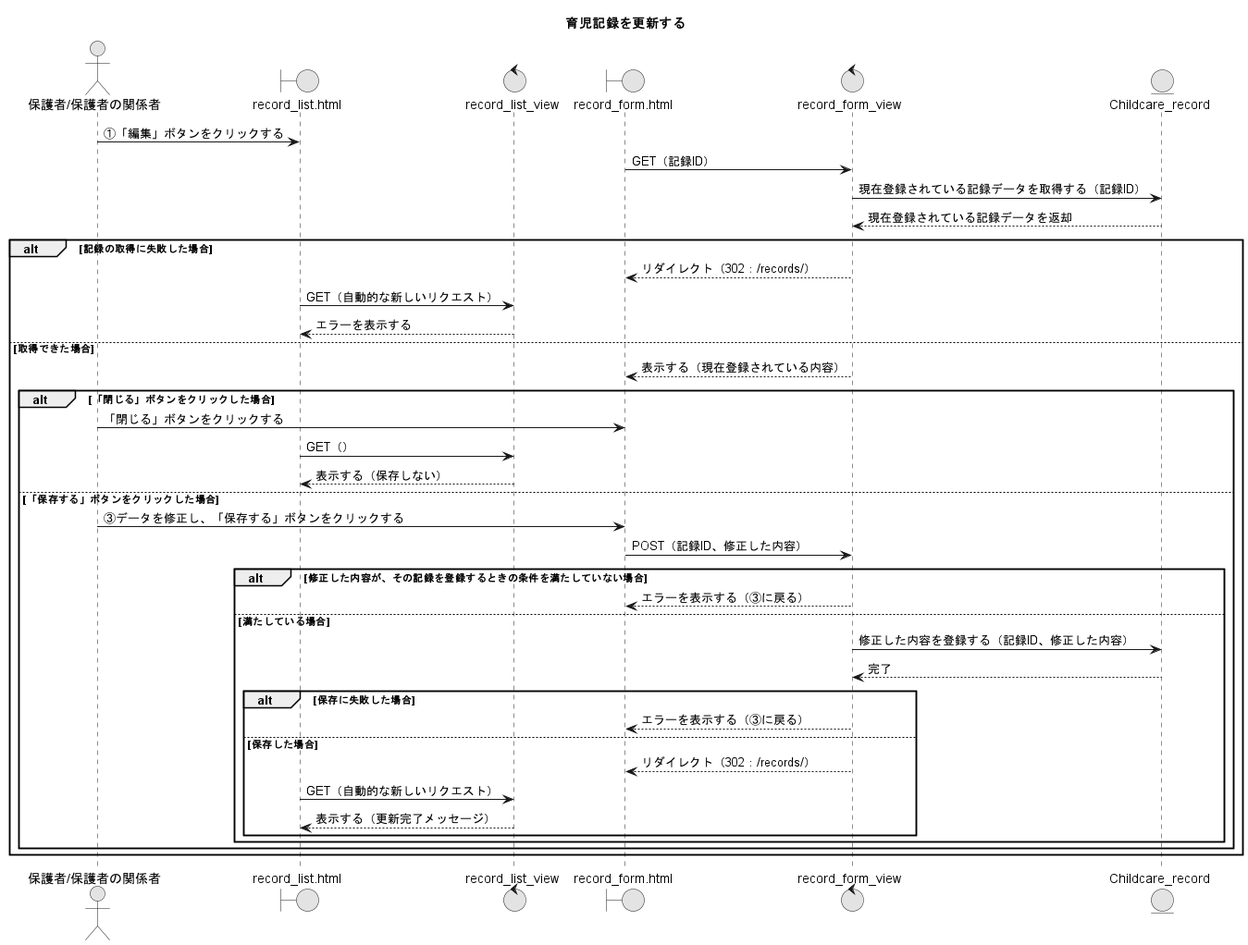
Earlier version of the PlantUML export PNG/15_育児記録を更新する.png (Ma2naga190330/26_sotugyou_puml). Its diagram source:
```plantuml
@startuml
title 育児記録を更新する
skinparam defaultFontName "Noto Sans CJK JP"
skinparam monochrome true

actor "保護者/保護者の関係者" as A
boundary "record_list.html" as RLP
control "record_list_view" as RLV
boundary "record_form.html" as RFP
control "record_form_view" as RFV
entity "Childcare_record" as CRM

A -> RLP : ①「編集」ボタンをクリックする
RFP -> RFV : GET（記録ID）
RFV -> CRM : 現在登録されている記録データを取得する（記録ID）
RFV <-- CRM : 現在登録されている記録データを返却
alt 記録の取得に失敗した場合
  RFV --> RFP : リダイレクト（302：/records/）
  RLP -> RLV : GET（自動的な新しいリクエスト）
  RLV --> RLP : エラーを表示する
else 取得できた場合
  RFV --> RFP : 表示する（現在登録されている内容）

  alt 「閉じる」ボタンをクリックした場合
    A -> RFP : 「閉じる」ボタンをクリックする
    RLP -> RLV : GET（）
    RLV --> RLP : 表示する（保存しない）
  else 「保存する」ボタンをクリックした場合
    A -> RFP : ③データを修正し、「保存する」ボタンをクリックする
    RFP -> RFV : POST（記録ID、修正した内容）
    alt 修正した内容が、その記録を登録するときの条件を満たしていない場合
      RFV --> RFP : エラーを表示する（③に戻る）
    else 満たしている場合
      RFV -> CRM : 修正した内容を登録する（記録ID、修正した内容）
      RFV <-- CRM : 完了
      alt 保存に失敗した場合
        RFV --> RFP : エラーを表示する（③に戻る）
      else 保存した場合
        RFV --> RFP : リダイレクト（302：/records/）
        RLP -> RLV : GET（自動的な新しいリクエスト）
        RLV --> RLP : 表示する（更新完了メッセージ）
      end
    end
  end
end
@enduml
```
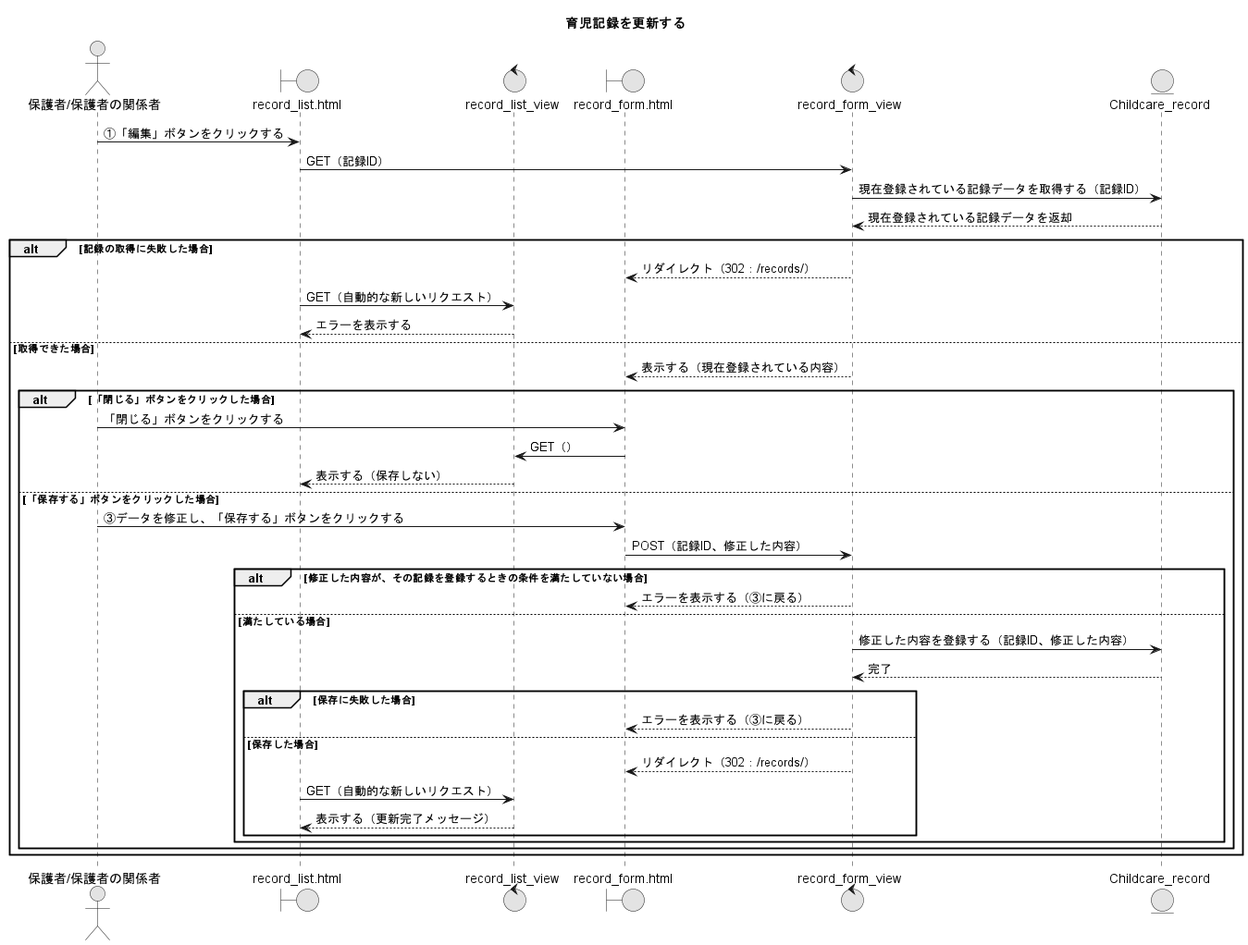
Later version of the same file.

The edit, as a diff of the source:
```diff
@@ -11,7 +11,7 @@
 entity "Childcare_record" as CRM
 
 A -> RLP : ①「編集」ボタンをクリックする
-RFP -> RFV : GET（記録ID）
+RLP -> RFV : GET（記録ID）
 RFV -> CRM : 現在登録されている記録データを取得する（記録ID）
 RFV <-- CRM : 現在登録されている記録データを返却
 alt 記録の取得に失敗した場合
@@ -23,7 +23,7 @@
 
   alt 「閉じる」ボタンをクリックした場合
     A -> RFP : 「閉じる」ボタンをクリックする
-    RLP -> RLV : GET（）
+    RFP -> RLV : GET（）
     RLV --> RLP : 表示する（保存しない）
   else 「保存する」ボタンをクリックした場合
     A -> RFP : ③データを修正し、「保存する」ボタンをクリックする
```
